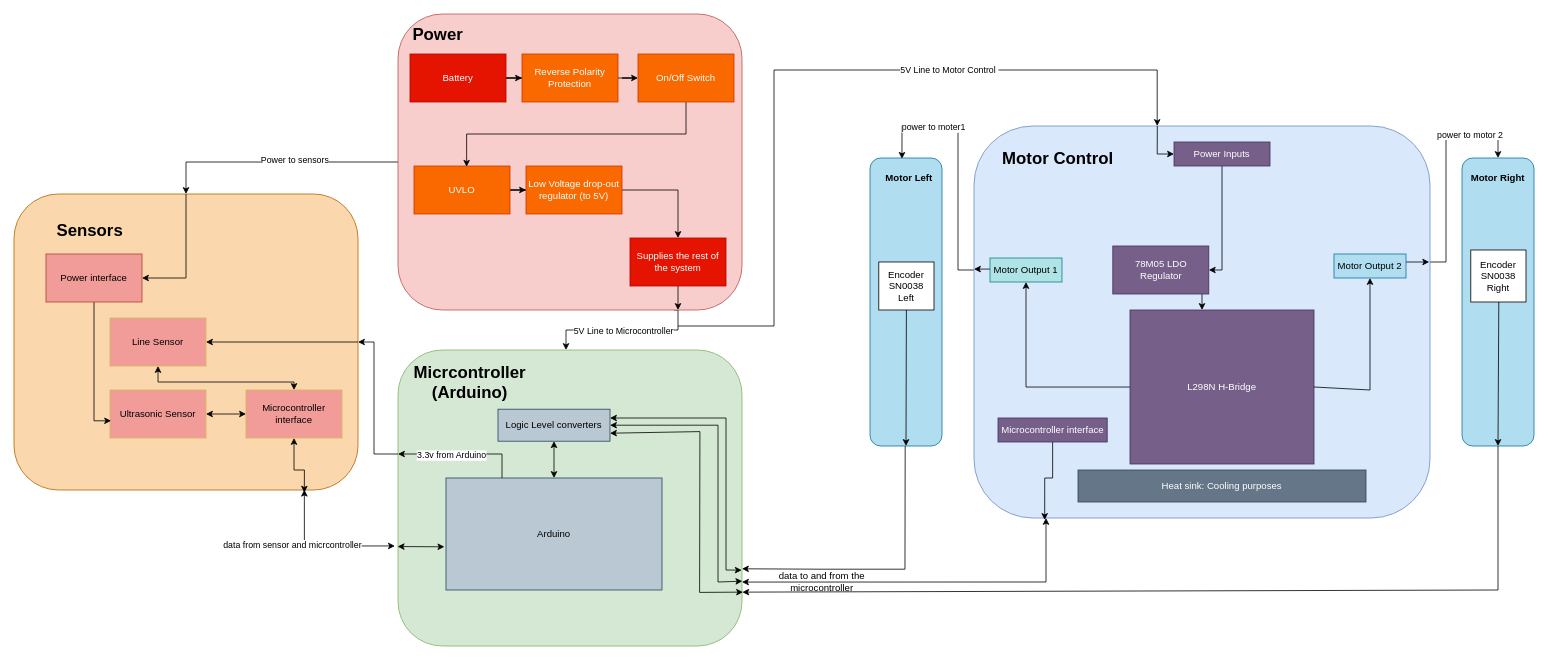
The draw.io diagram UML.drawio in Carciax/EEE3099S_WeMove, before the edit. Source tidied: cells renumbered, new cells numbered last; positions are measured from the earlier drawing's top-left corner, leaving out a move shared by most shapes. Both pictures are drawn from the tidied source at 80%, with x=0, y=0 at pixel (14, 14).
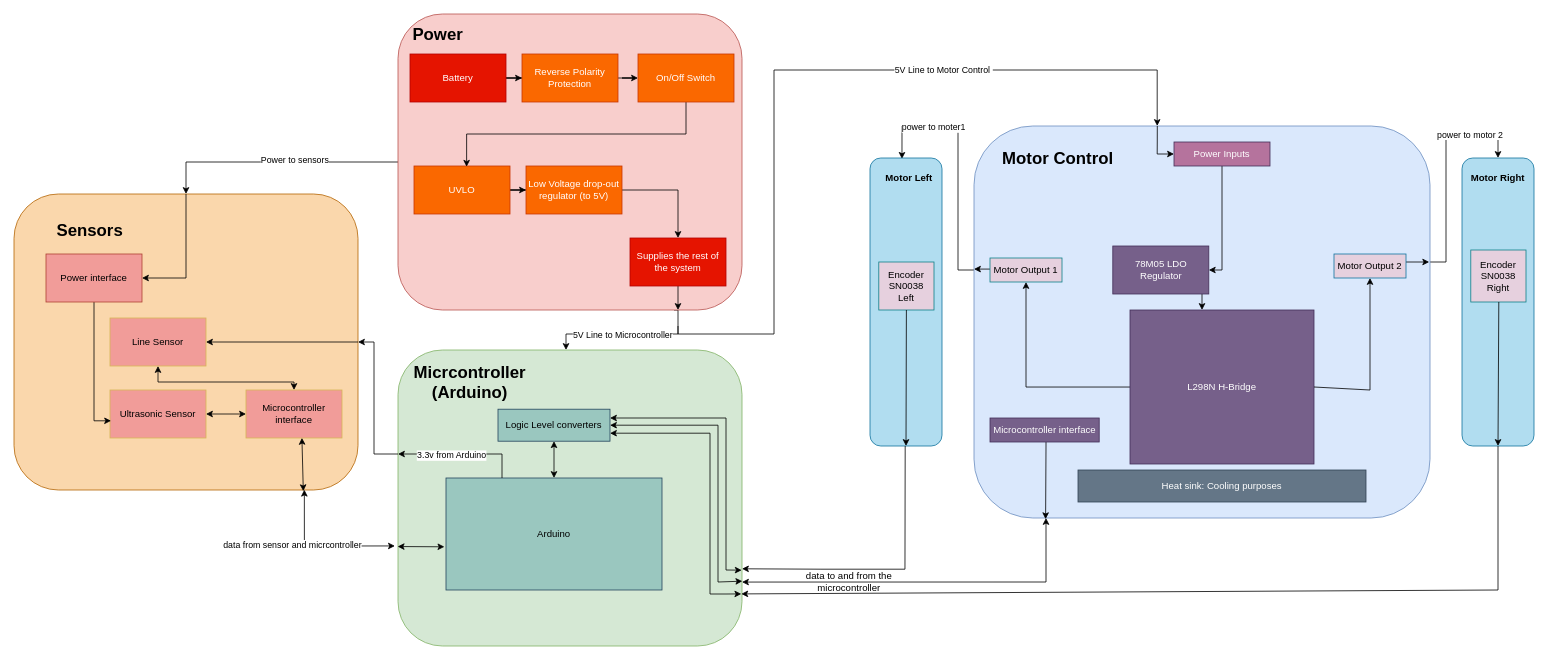
The same page after the edit.

Commit message:
Updated UML diagram

Cleaned up the UML diagram

The change refers to these unchanged cells:
```xml
<mxCell id="14" style="rounded=1;whiteSpace=wrap;html=1;fillColor=#dae8fc;strokeColor=#6c8ebf;" parent="1" vertex="1">
  <mxGeometry x="1200" y="140" width="570" height="490" as="geometry" />
</mxCell>
<mxCell id="25" style="rounded=1;whiteSpace=wrap;html=1;fillColor=#d5e8d4;strokeColor=#82b366;" parent="1" vertex="1">
  <mxGeometry x="480" y="420" width="430" height="370" as="geometry" />
</mxCell>
<mxCell id="44" style="rounded=1;whiteSpace=wrap;html=1;fillColor=#b1ddf0;strokeColor=#10739e;" parent="1" vertex="1">
  <mxGeometry x="1810" y="180" width="90" height="360" as="geometry" />
</mxCell>
<mxCell id="51" value="Microcontroller interface" style="rounded=0;whiteSpace=wrap;html=1;fillColor=#F19C99;strokeColor=#d6b656;" parent="1" vertex="1">
  <mxGeometry x="290" y="470" width="120" height="60" as="geometry" />
</mxCell>
```

The edit, as a diff of the source:
```diff
@@
     <mxCell id="2" style="edgeStyle=orthogonalEdgeStyle;rounded=0;orthogonalLoop=1;jettySize=auto;html=1;entryX=0.5;entryY=0;entryDx=0;entryDy=0;" parent="1" edge="1">
       <mxGeometry relative="1" as="geometry">
         <mxPoint x="825" y="370" as="sourcePoint" />
         <mxPoint x="690" y="420" as="targetPoint" />
         <Array as="points">
           <mxPoint x="830" y="370" />
-          <mxPoint x="830" y="395" />
-          <mxPoint x="690" y="395" />
+          <mxPoint x="830" y="400" />
+          <mxPoint x="690" y="400" />
         </Array>
       </mxGeometry>
     </mxCell>
     <mxCell id="3" value="5V Line to Microcontroller" style="edgeLabel;html=1;align=center;verticalAlign=middle;" parent="2" vertex="1">
       <mxGeometry x="-0.21" relative="1" as="geometry">
-        <mxPoint x="-22" as="offset" />
+        <mxPoint x="-28" as="offset" />
       </mxGeometry>
     </mxCell>
     <mxCell id="4" style="edgeStyle=orthogonalEdgeStyle;rounded=0;jettySize=auto;html=1;" parent="1" edge="1" target="14">
       <mxGeometry relative="1" as="geometry">
         <mxPoint x="830" y="390" as="sourcePoint" />
         <Array as="points">
-          <mxPoint x="950" y="390" />
+          <mxPoint x="830" y="400" />
+          <mxPoint x="950" y="400" />
           <mxPoint x="950" y="70" />
           <mxPoint x="1429" y="70" />
         </Array>
       </mxGeometry>
     </mxCell>
@@
-    <mxCell id="33" value="Motor Output 1" style="rounded=0;whiteSpace=wrap;html=1;fillColor=#b0e3e6;strokeColor=#0e8088;" parent="1" vertex="1">
+    <mxCell id="33" value="Motor Output 1" style="rounded=0;whiteSpace=wrap;html=1;fillColor=#E6D0DE;strokeColor=#0e8088;" parent="1" vertex="1">
       <mxGeometry x="1220" y="305" width="90" height="30" as="geometry" />
     </mxCell>
@@
-    <mxCell id="35" value="Motor Output 2" style="rounded=0;whiteSpace=wrap;html=1;fillColor=#b1ddf0;strokeColor=#10739e;" parent="1" vertex="1">
+    <mxCell id="35" value="Motor Output 2" style="rounded=0;whiteSpace=wrap;html=1;fillColor=#E6D0DE;strokeColor=#10739e;" parent="1" vertex="1">
       <mxGeometry x="1650" y="300" width="90" height="30" as="geometry" />
     </mxCell>
@@
-    <mxCell id="38" style="edgeStyle=orthogonalEdgeStyle;rounded=0;jettySize=auto;html=1;entryX=0.155;entryY=1.005;entryDx=0;entryDy=0;entryPerimeter=0;" parent="1" edge="1" source="39" target="14">
+    <mxCell id="38" style="edgeStyle=orthogonalEdgeStyle;rounded=0;jettySize=auto;html=1;entryX=0.157;entryY=1.003;entryDx=0;entryDy=0;entryPerimeter=0;" parent="1" edge="1" source="39" target="14">
       <mxGeometry relative="1" as="geometry">
         <Array as="points">
-          <mxPoint x="1298" y="580" />
-          <mxPoint x="1288" y="580" />
+          <mxPoint x="1290" y="540" />
+          <mxPoint x="1290" y="540" />
         </Array>
       </mxGeometry>
     </mxCell>
     <mxCell id="39" value="Microcontroller interface" style="rounded=0;whiteSpace=wrap;html=1;fillColor=#76608a;fontColor=#ffffff;strokeColor=#432D57;" parent="1" vertex="1">
-      <mxGeometry x="1230" y="505" width="136.5" height="30" as="geometry" />
+      <mxGeometry x="1220" y="505" width="136.5" height="30" as="geometry" />
     </mxCell>
@@
-    <mxCell id="41" value="Power Inputs" style="rounded=0;whiteSpace=wrap;html=1;fillColor=#76608a;fontColor=#ffffff;strokeColor=#432D57;" parent="1" vertex="1">
+    <mxCell id="41" value="Power Inputs" style="rounded=0;whiteSpace=wrap;html=1;fillColor=#B5739D;fontColor=#ffffff;strokeColor=#432D57;" parent="1" vertex="1">
       <mxGeometry x="1450" y="160" width="120" height="30" as="geometry" />
     </mxCell>
-    <mxCell id="42" value="Logic Level converters" style="rounded=0;whiteSpace=wrap;html=1;fillColor=#bac8d3;strokeColor=#23445d;" parent="1" vertex="1">
+    <mxCell id="42" value="Logic Level converters" style="rounded=0;whiteSpace=wrap;html=1;fillColor=#9AC7BF;strokeColor=#23445d;" parent="1" vertex="1">
       <mxGeometry x="605" y="494" width="140" height="40" as="geometry" />
     </mxCell>
-    <mxCell id="43" value="Arduino" style="rounded=0;whiteSpace=wrap;html=1;fillColor=#bac8d3;strokeColor=#23445d;" parent="1" vertex="1">
+    <mxCell id="43" value="Arduino" style="rounded=0;whiteSpace=wrap;html=1;fillColor=#9AC7BF;strokeColor=#23445d;" parent="1" vertex="1">
       <mxGeometry x="540" y="580" width="270" height="140" as="geometry" />
     </mxCell>
@@
-    <mxCell id="46" style="rounded=1;whiteSpace=wrap;html=1;fillColor=#fad7ac;strokeColor=#b46504;" parent="1" vertex="1">
+    <mxCell id="46" style="rounded=1;whiteSpace=wrap;html=1;fillColor=#FAD7AC;strokeColor=#b46504;" parent="1" vertex="1">
       <mxGeometry y="225" width="430" height="370" as="geometry" />
     </mxCell>
@@
-    <mxCell id="59" style="endArrow=classic;startArrow=classic;html=1;rounded=0;entryX=0.5;entryY=1;entryDx=0;entryDy=0;exitX=0.844;exitY=1.009;exitDx=0;exitDy=0;exitPerimeter=0;" parent="1" edge="1" source="46" target="51">
-      <mxGeometry relative="1" as="geometry">
-        <Array as="points">
-          <mxPoint x="363" y="570" />
-          <mxPoint x="350" y="570" />
-        </Array>
-      </mxGeometry>
-    </mxCell>
@@
-    <mxCell id="62" value="Encoder&lt;br&gt;SN0038&lt;br&gt;Left" style="rounded=0;whiteSpace=wrap;html=1;" parent="1" vertex="1">
+    <mxCell id="62" value="Encoder&lt;br&gt;SN0038&lt;br&gt;Left" style="rounded=0;whiteSpace=wrap;html=1;fillColor=#E6D0DE;strokeColor=#0e8088;" parent="1" vertex="1">
       <mxGeometry x="1081" y="310" width="69" height="60" as="geometry" />
     </mxCell>
@@
-    <mxCell id="64" value="Encoder&lt;br&gt;SN0038&lt;br&gt;Right" style="rounded=0;whiteSpace=wrap;html=1;" parent="1" vertex="1">
+    <mxCell id="64" value="Encoder&lt;br&gt;SN0038&lt;br&gt;Right" style="rounded=0;whiteSpace=wrap;html=1;fillColor=#E6D0DE;strokeColor=#0e8088;" parent="1" vertex="1">
       <mxGeometry x="1821" y="295" width="69" height="65" as="geometry" />
     </mxCell>
@@
-    <mxCell id="68" style="endArrow=classic;html=1;rounded=0;exitX=0.5;exitY=1;exitDx=0;exitDy=0;entryX=1.001;entryY=0.818;entryDx=0;entryDy=0;entryPerimeter=0;" parent="1" edge="1" source="44" target="25">
+    <mxCell id="68" style="endArrow=classic;html=1;rounded=0;exitX=0.5;exitY=1;exitDx=0;exitDy=0;entryX=0.998;entryY=0.824;entryDx=0;entryDy=0;entryPerimeter=0;" parent="1" edge="1" source="44" target="25">
       <mxGeometry relative="1" as="geometry">
         <Array as="points">
           <mxPoint x="1855" y="720" />
         </Array>
       </mxGeometry>
     </mxCell>
@@
-    <mxCell id="70" style="endArrow=classic;startArrow=classic;html=1;rounded=0;entryX=1.003;entryY=0.818;entryDx=0;entryDy=0;entryPerimeter=0;exitX=1;exitY=0.75;exitDx=0;exitDy=0;" parent="1" edge="1" source="42" target="25">
-      <mxGeometry relative="1" as="geometry">
-        <Array as="points">
-          <mxPoint x="857.4" y="522" />
-          <mxPoint x="857" y="723" />
-        </Array>
-      </mxGeometry>
-    </mxCell>
@@
     <mxCell id="73" value="data to and from the microcontroller" style="text;html=1;strokeColor=none;fillColor=none;align=center;verticalAlign=middle;whiteSpace=wrap;rounded=0;" parent="1" vertex="1">
-      <mxGeometry x="950" y="690" width="120" height="40" as="geometry" />
+      <mxGeometry x="984" y="690" width="120" height="40" as="geometry" />
     </mxCell>
@@
+    <mxCell id="81" style="endArrow=classic;startArrow=classic;html=1;rounded=0;exitX=1;exitY=0.5;exitDx=0;exitDy=0;entryX=0.998;entryY=0.824;entryDx=0;entryDy=0;entryPerimeter=0;" parent="1" edge="1" target="25">
+      <mxGeometry relative="1" as="geometry">
+        <mxPoint x="745" y="524" as="sourcePoint" />
+        <Array as="points">
+          <mxPoint x="870" y="524" />
+          <mxPoint x="870" y="620" />
+          <mxPoint x="870" y="725" />
+          <mxPoint x="890" y="725" />
+        </Array>
+      </mxGeometry>
+    </mxCell>
+    <mxCell id="82" style="endArrow=classic;startArrow=classic;html=1;rounded=0;entryX=0.841;entryY=1.004;entryDx=0;entryDy=0;entryPerimeter=0;exitX=0.837;exitY=0.824;exitDx=0;exitDy=0;exitPerimeter=0;" parent="1" edge="1" source="46" target="46">
+      <mxGeometry relative="1" as="geometry" />
+    </mxCell>
```
